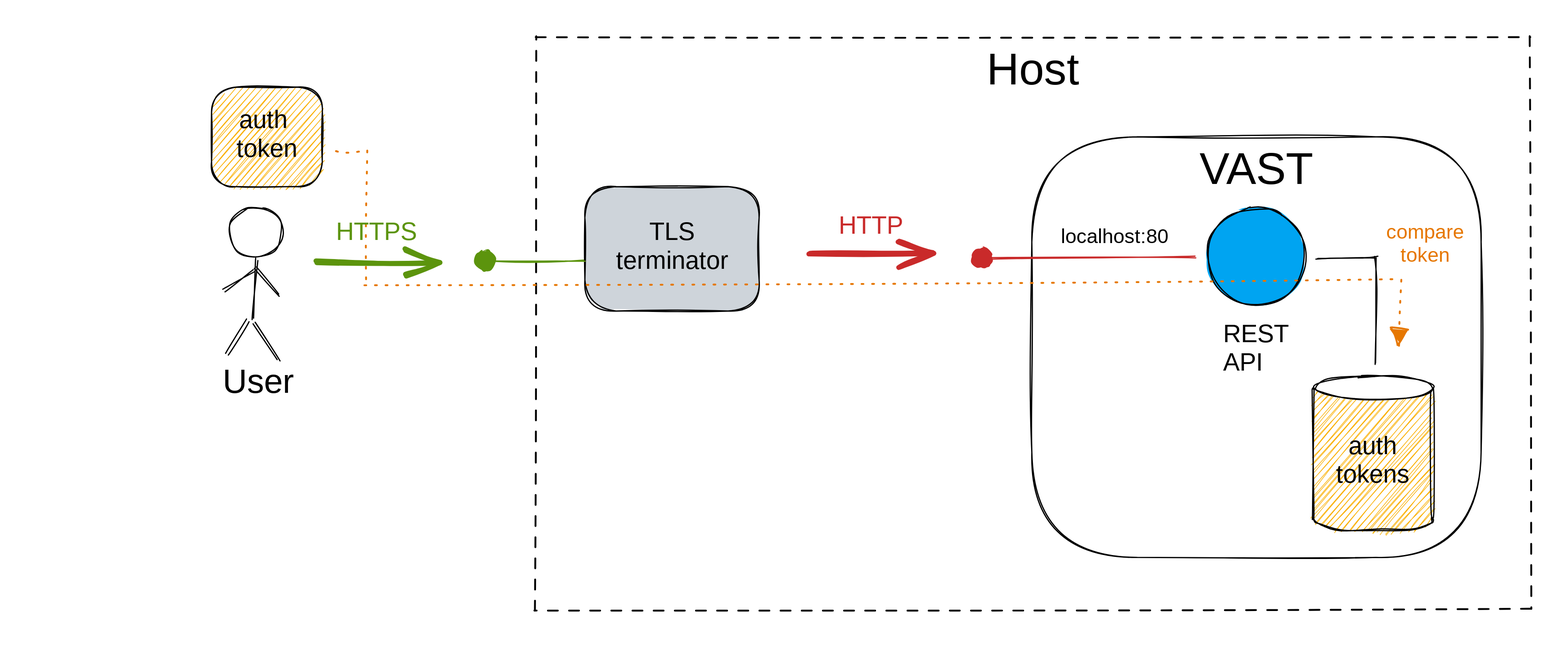
Above: web/docs/use/integrate/rest-api/rest-api-mode-upstream.excalidraw.svg in tenzir/tenzir (Excalidraw), before the change. Source tidied: one line per element, renumbered; positions are measured from the earlier drawing's top-left corner, leaving out a move shared by most shapes.
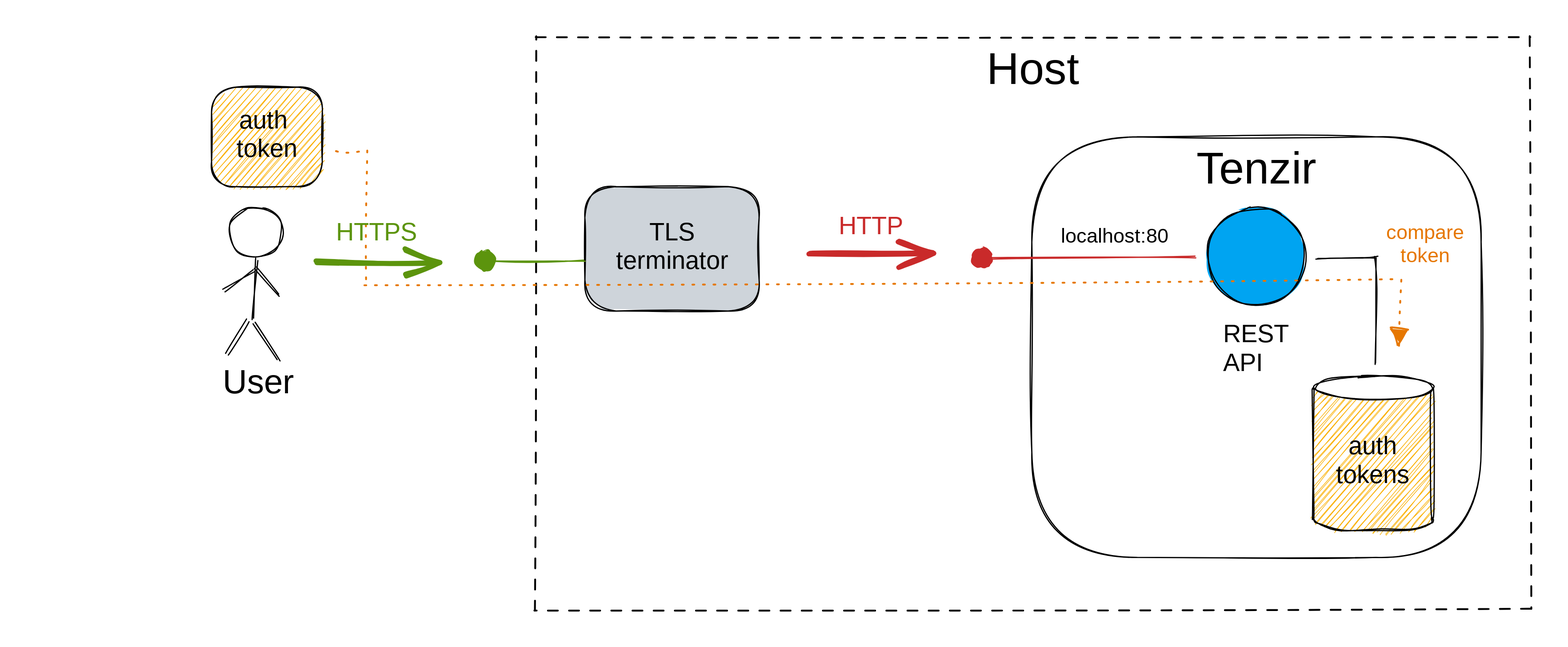
After the commit.

The edit, as a diff of the source:
```diff
@@ -12,7 +12,7 @@
 {"id": 11, "type": "line", "strokeColor": "#000000", "backgroundColor": "#ced4da", "fillStyle": "solid", "strokeWidth": 1, "roughness": 1, "round": true, "x": 189, "y": 247, "width": 16, "height": 27, "points": [[0, 0], [-16, 27]]}
 {"id": 12, "type": "line", "strokeColor": "#000000", "backgroundColor": "#ced4da", "fillStyle": "solid", "strokeWidth": 1, "roughness": 1, "round": true, "x": 170, "y": 223, "width": 25, "height": 16, "points": [[0, 0], [25, -16]]}
 {"id": 13, "type": "line", "strokeColor": "#000000", "backgroundColor": "#ced4da", "fillStyle": "solid", "strokeWidth": 1, "roughness": 1, "round": true, "x": 195, "y": 206, "width": 18, "height": 21, "points": [[0, 0], [18, 21]]}
-{"id": 14, "type": "text", "text": "VAST", "strokeColor": "#000000", "backgroundColor": "#ced4da", "fillStyle": "solid", "strokeWidth": 1, "strokeStyle": "dotted", "roughness": 1, "fontSize": 36, "fontFamily": 1, "textAlign": "center", "round": true, "inside": 5, "x": 954, "y": 105, "width": 91, "height": 42}
+{"id": 14, "type": "text", "text": "Tenzir", "strokeColor": "#000000", "backgroundColor": "#ced4da", "fillStyle": "solid", "strokeWidth": 1, "strokeStyle": "dotted", "roughness": 1, "fontSize": 36, "fontFamily": 1, "textAlign": "center", "round": true, "inside": 5, "x": 945, "y": 105, "width": 109, "height": 42}
 {"id": 15, "type": "text", "text": "User", "strokeColor": "#000000", "backgroundColor": "#00a4f1", "fillStyle": "solid", "strokeWidth": 1, "roughness": 1, "fontSize": 27.0, "fontFamily": 1, "round": true, "x": 169, "y": 282, "width": 53, "height": 31}
 {"id": 16, "type": "arrow", "strokeColor": "#000000", "strokeWidth": 1, "roughness": 1, "from": 6, "to": 18, "x": 1049, "y": 198, "width": 47, "height": 85, "points": [[0, 0], [47, -1], [47, 84]]}
 {"id": 17, "type": "line", "strokeColor": "#000000", "backgroundColor": "#fab005", "fillStyle": "hachure", "strokeWidth": 1, "roughness": 1, "round": true, "x": 1046, "y": 303, "width": 96, "height": 124, "points": [[0, 0], [0, 94], [0, 104], [5, 109], [22, 113], [51, 114], [79, 112], [94, 107], [96, 104], [96, 95], [96, 8], [95, 0], [89, -5], [76, -8], [46, -10], [23, -9], [4, -4], [0, 0], [0, 0]]}
```
